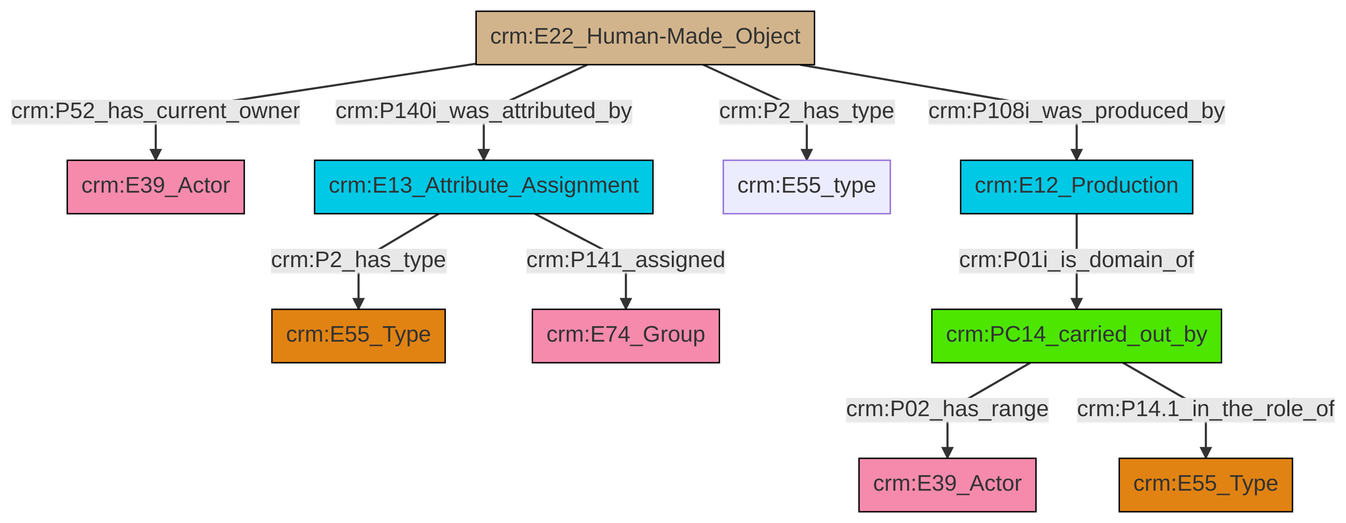
Above: et/builtWorkCSV/ttl/mmd/png/Built_Work_actor_relations.png in swiss-art-research-net/docs.swissartresearch (Mermaid), before the change. Its source is kept beside it as et/builtWorkCSV/ttl/mmd/Built_Work_actor_relations.ttl.mmd. Source of this version:
```mermaid
graph TD
classDef Literal fill:#f2f2f2,stroke:#000000;
classDef CRM_Entity fill:#FFFFFF,stroke:#000000;
classDef Temporal_Entity fill:#00C9E6, stroke:#000000;
classDef Type fill:#E18312, stroke:#000000;
classDef Time-Span fill:#2C9C91, stroke:#000000;
classDef Appellation fill:#FFEB7F, stroke:#000000;
classDef Place fill:#008836, stroke:#000000;
classDef Persistent_Item fill:#B266B2, stroke:#000000;
classDef Conceptual_Object fill:#FFD700, stroke:#000000;
classDef Physical_Thing fill:#D2B48C, stroke:#000000;
classDef Actor fill:#f58aad, stroke:#000000;
classDef PC_Classes fill:#4ce600, stroke:#000000;
classDef Multi fill:#cccccc,stroke:#000000;

6["crm:E13_Attribute_Assignment"]:::Temporal_Entity -->|crm:P2_has_type| 7["crm:E55_Type"]:::Type
11["crm:PC14_carried_out_by"]:::PC_Classes -->|crm:P02_has_range| 12["crm:E39_Actor"]:::Actor
6["crm:E13_Attribute_Assignment"]:::Temporal_Entity -->|crm:P141_assigned| 13["crm:E74_Group"]:::Actor
9["crm:E12_Production"]:::Temporal_Entity -->|crm:P01i_is_domain_of| 11["crm:PC14_carried_out_by"]:::PC_Classes
11["crm:PC14_carried_out_by"]:::PC_Classes -->|crm:P14.1_in_the_role_of| 0["crm:E55_Type"]:::Type
4["crm:E22_Human-Made_Object"]:::Physical_Thing -->|crm:P52_has_current_owner| 17["crm:E39_Actor"]:::Actor
4["crm:E22_Human-Made_Object"]:::Physical_Thing -->|crm:P140i_was_attributed_by| 6["crm:E13_Attribute_Assignment"]:::Temporal_Entity
4["crm:E22_Human-Made_Object"]:::Physical_Thing -->|crm:P2_has_type| 2["crm:E55_type"]:::Default
4["crm:E22_Human-Made_Object"]:::Physical_Thing -->|crm:P108i_was_produced_by| 9["crm:E12_Production"]:::Temporal_Entity
```
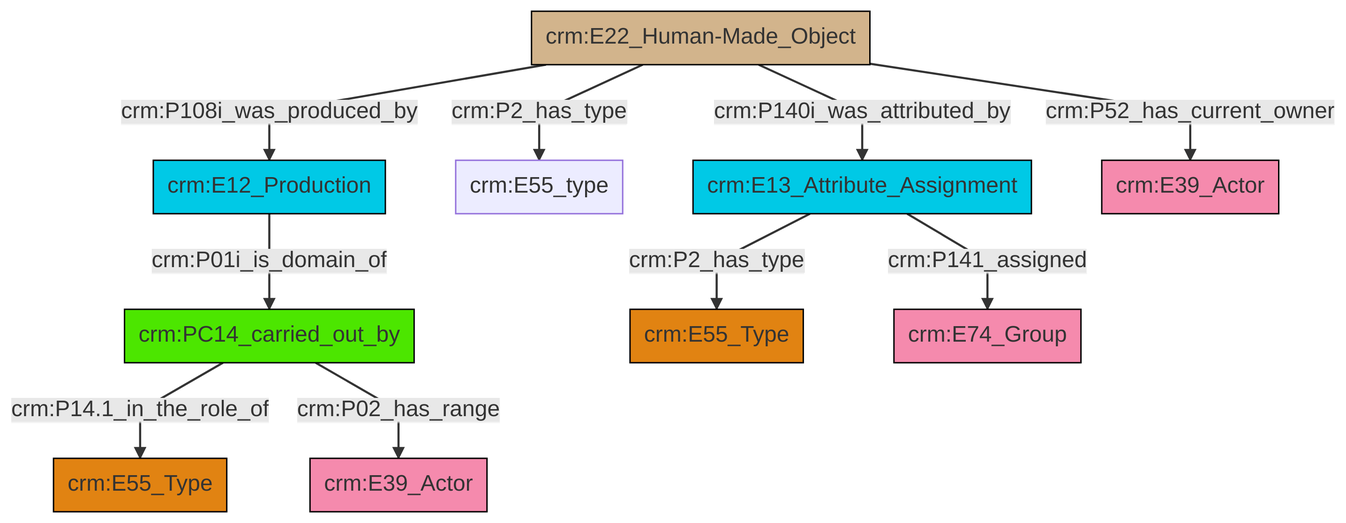
The same diagram one commit later.

Change to the diagram source:
```diff
@@ -13,12 +13,12 @@
 classDef PC_Classes fill:#4ce600, stroke:#000000;
 classDef Multi fill:#cccccc,stroke:#000000;
 
-6["crm:E13_Attribute_Assignment"]:::Temporal_Entity -->|crm:P2_has_type| 7["crm:E55_Type"]:::Type
-11["crm:PC14_carried_out_by"]:::PC_Classes -->|crm:P02_has_range| 12["crm:E39_Actor"]:::Actor
-6["crm:E13_Attribute_Assignment"]:::Temporal_Entity -->|crm:P141_assigned| 13["crm:E74_Group"]:::Actor
-9["crm:E12_Production"]:::Temporal_Entity -->|crm:P01i_is_domain_of| 11["crm:PC14_carried_out_by"]:::PC_Classes
-11["crm:PC14_carried_out_by"]:::PC_Classes -->|crm:P14.1_in_the_role_of| 0["crm:E55_Type"]:::Type
-4["crm:E22_Human-Made_Object"]:::Physical_Thing -->|crm:P52_has_current_owner| 17["crm:E39_Actor"]:::Actor
-4["crm:E22_Human-Made_Object"]:::Physical_Thing -->|crm:P140i_was_attributed_by| 6["crm:E13_Attribute_Assignment"]:::Temporal_Entity
-4["crm:E22_Human-Made_Object"]:::Physical_Thing -->|crm:P2_has_type| 2["crm:E55_type"]:::Default
-4["crm:E22_Human-Made_Object"]:::Physical_Thing -->|crm:P108i_was_produced_by| 9["crm:E12_Production"]:::Temporal_Entity
+0["crm:PC14_carried_out_by"]:::PC_Classes -->|crm:P14.1_in_the_role_of| 1["crm:E55_Type"]:::Type
+2["crm:E12_Production"]:::Temporal_Entity -->|crm:P01i_is_domain_of| 0["crm:PC14_carried_out_by"]:::PC_Classes
+9["crm:E22_Human-Made_Object"]:::Physical_Thing -->|crm:P140i_was_attributed_by| 10["crm:E13_Attribute_Assignment"]:::Temporal_Entity
+9["crm:E22_Human-Made_Object"]:::Physical_Thing -->|crm:P2_has_type| 7["crm:E55_type"]:::Default
+9["crm:E22_Human-Made_Object"]:::Physical_Thing -->|crm:P108i_was_produced_by| 2["crm:E12_Production"]:::Temporal_Entity
+9["crm:E22_Human-Made_Object"]:::Physical_Thing -->|crm:P52_has_current_owner| 15["crm:E39_Actor"]:::Actor
+10["crm:E13_Attribute_Assignment"]:::Temporal_Entity -->|crm:P141_assigned| 11["crm:E74_Group"]:::Actor
+10["crm:E13_Attribute_Assignment"]:::Temporal_Entity -->|crm:P2_has_type| 4["crm:E55_Type"]:::Type
+0["crm:PC14_carried_out_by"]:::PC_Classes -->|crm:P02_has_range| 18["crm:E39_Actor"]:::Actor
```
